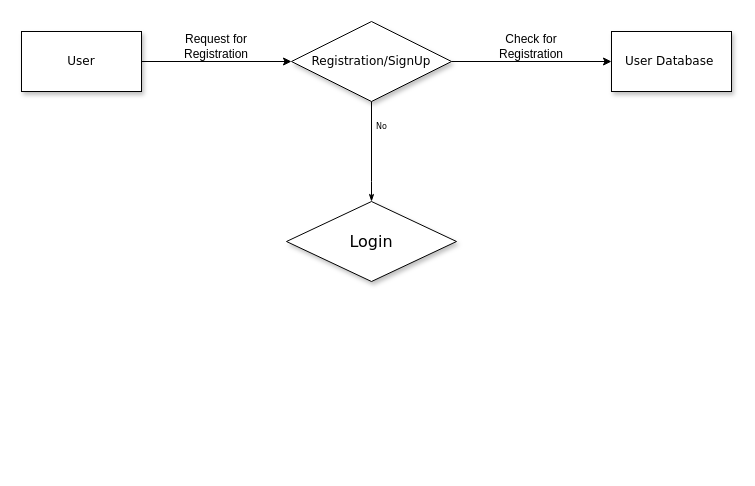
The draw.io diagram Untitled Diagram.drawio in ABHISHEK-SINGH-KASHYAP/18-07-2024, before the edit. Source tidied: cells renumbered, new cells numbered last; positions are measured from the earlier drawing's top-left corner, leaving out a move shared by most shapes. Both pictures are drawn from the tidied source at 100%, with x=0, y=0 at pixel (21, 21).
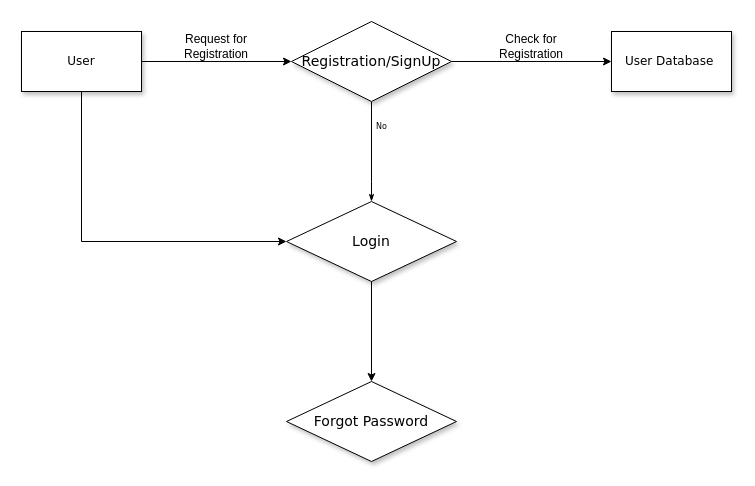
Above is the later version.

The edit, as a diff of the source:
```diff
@@
 <mxGraphModel>
   <root>
     <mxCell id="0" />
     <mxCell id="1" parent="0" />
     <mxCell id="2" value="&lt;font style=&quot;font-size: 12px;&quot;&gt;User Database&amp;nbsp;&lt;/font&gt;" style="rounded=0;whiteSpace=wrap;html=1;shadow=1;labelBackgroundColor=none;strokeWidth=1;fontFamily=Verdana;fontSize=8;align=center;" parent="1" vertex="1">
       <mxGeometry x="590" y="10" width="120" height="60" as="geometry" />
     </mxCell>
     <mxCell id="3" value="No" style="edgeStyle=orthogonalEdgeStyle;rounded=0;html=1;labelBackgroundColor=none;startSize=5;endArrow=classicThin;endFill=1;endSize=5;jettySize=auto;strokeWidth=1;fontFamily=Verdana;fontSize=8;entryX=0.5;entryY=0;entryDx=0;entryDy=0;exitX=0.5;exitY=1;exitDx=0;exitDy=0;" parent="1" edge="1" source="4" target="5">
       <mxGeometry x="-0.5" y="10" relative="1" as="geometry">
         <Array as="points">
           <mxPoint x="350" y="160" />
         </Array>
       </mxGeometry>
     </mxCell>
-    <mxCell id="4" value="&lt;font style=&quot;font-size: 12px;&quot;&gt;Registration/SignUp&lt;/font&gt;" style="rhombus;whiteSpace=wrap;html=1;rounded=0;shadow=1;labelBackgroundColor=none;strokeWidth=1;fontFamily=Verdana;fontSize=8;align=center;" parent="1" vertex="1">
+    <mxCell id="4" value="&lt;font style=&quot;font-size: 14px;&quot;&gt;Registration/SignUp&lt;/font&gt;" style="rhombus;whiteSpace=wrap;html=1;rounded=0;shadow=1;labelBackgroundColor=none;strokeWidth=1;fontFamily=Verdana;fontSize=8;align=center;" parent="1" vertex="1">
       <mxGeometry x="270" width="160" height="80" as="geometry" />
     </mxCell>
-    <mxCell id="5" value="&lt;font size=&quot;3&quot;&gt;Login&lt;/font&gt;" style="rhombus;whiteSpace=wrap;html=1;rounded=0;shadow=1;labelBackgroundColor=none;strokeWidth=1;fontFamily=Verdana;fontSize=8;align=center;" parent="1" vertex="1">
+    <mxCell id="5" value="&lt;font style=&quot;font-size: 14px;&quot;&gt;Login&lt;/font&gt;" style="rhombus;whiteSpace=wrap;html=1;rounded=0;shadow=1;labelBackgroundColor=none;strokeWidth=1;fontFamily=Verdana;fontSize=8;align=center;" parent="1" vertex="1">
       <mxGeometry x="265" y="180" width="170" height="80" as="geometry" />
     </mxCell>
     <mxCell id="6" value="&lt;font style=&quot;font-size: 12px;&quot;&gt;User&lt;/font&gt;" style="rounded=0;whiteSpace=wrap;html=1;shadow=1;labelBackgroundColor=none;strokeWidth=1;fontFamily=Verdana;fontSize=8;align=center;" parent="1" vertex="1">
       <mxGeometry y="10" width="120" height="60" as="geometry" />
     </mxCell>
     <mxCell id="7" style="endArrow=classic;html=1;rounded=0;exitX=1;exitY=0.5;exitDx=0;exitDy=0;entryX=0;entryY=0.5;entryDx=0;entryDy=0;" parent="1" edge="1" source="6" target="4">
       <mxGeometry relative="1" as="geometry" />
     </mxCell>
     <mxCell id="8" style="endArrow=classic;html=1;rounded=0;entryX=0;entryY=0.5;entryDx=0;entryDy=0;exitX=1;exitY=0.5;exitDx=0;exitDy=0;" parent="1" edge="1" source="4" target="2">
       <mxGeometry relative="1" as="geometry" />
     </mxCell>
     <mxCell id="9" value="Request for Registration" style="text;html=1;align=center;verticalAlign=middle;whiteSpace=wrap;rounded=0;" parent="1" vertex="1">
       <mxGeometry x="160" y="10" width="70" height="30" as="geometry" />
     </mxCell>
     <mxCell id="10" value="Check for Registration" style="text;html=1;align=center;verticalAlign=middle;whiteSpace=wrap;rounded=0;" parent="1" vertex="1">
       <mxGeometry x="480" y="10" width="60" height="30" as="geometry" />
     </mxCell>
+    <mxCell id="11" value="&lt;font style=&quot;font-size: 14px;&quot;&gt;Forgot Password&lt;/font&gt;" style="rhombus;whiteSpace=wrap;html=1;rounded=0;shadow=1;labelBackgroundColor=none;strokeWidth=1;fontFamily=Verdana;fontSize=8;align=center;" parent="1" vertex="1">
+      <mxGeometry x="265" y="360" width="170" height="80" as="geometry" />
+    </mxCell>
+    <mxCell id="12" style="endArrow=classic;html=1;rounded=0;exitX=0.5;exitY=1;exitDx=0;exitDy=0;entryX=0.5;entryY=0;entryDx=0;entryDy=0;" parent="1" edge="1" source="5" target="11">
+      <mxGeometry relative="1" as="geometry" />
+    </mxCell>
+    <mxCell id="13" style="endArrow=classic;html=1;rounded=0;exitX=0.5;exitY=1;exitDx=0;exitDy=0;entryX=0;entryY=0.5;entryDx=0;entryDy=0;" parent="1" edge="1" source="6" target="5">
+      <mxGeometry relative="1" as="geometry">
+        <Array as="points">
+          <mxPoint x="60" y="220" />
+        </Array>
+      </mxGeometry>
+    </mxCell>
   </root>
 </mxGraphModel>
```
